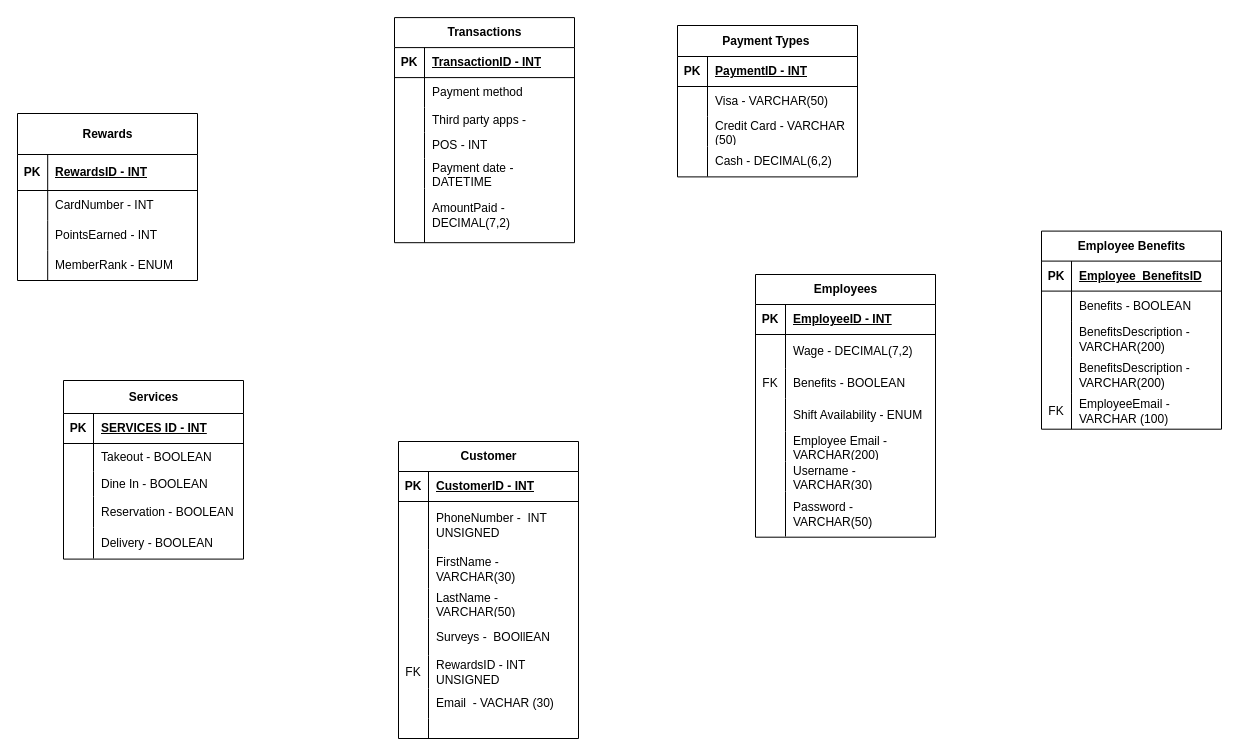
Earlier version of the draw.io diagram VieriDiagram.drawio (VieriNice/W2_Exercises). Source tidied: cells renumbered, new cells numbered last; positions are measured from the earlier drawing's top-left corner, leaving out a move shared by most shapes. Both pictures are drawn from the tidied source at 100%, with x=0, y=0 at pixel (17, 17).
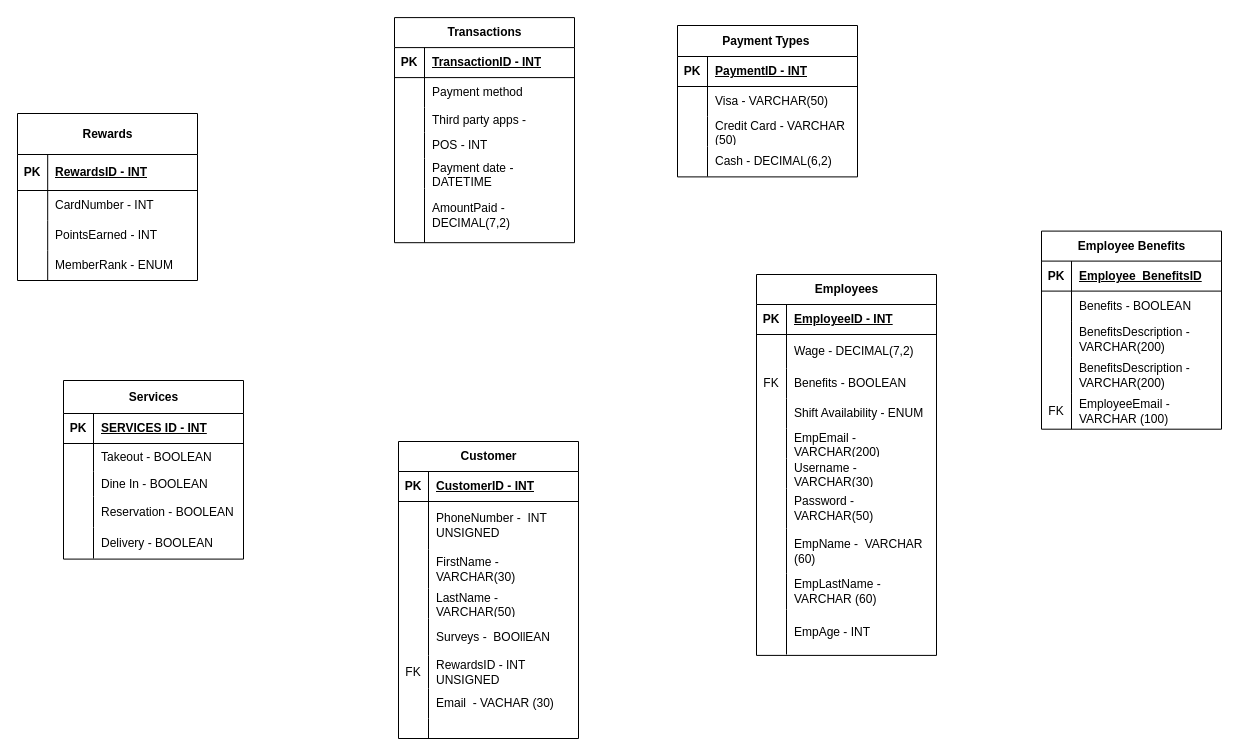
Above is the later version.

Diff of the diagram source:
```diff
@@
     <mxCell id="46" value="Employees" style="shape=table;startSize=30;childLayout=tableLayout;rowLines=0;fontStyle=1;align=center;html=1;" parent="1" vertex="1">
-      <mxGeometry x="738" y="257" width="180" height="262.7" as="geometry" />
+      <mxGeometry x="739" y="257" width="180" height="380.9" as="geometry" />
     </mxCell>
@@
     <mxCell id="56" style="shape=tableRow;horizontal=0;startSize=0;swimlaneHead=0;swimlaneBody=0;fillColor=none;top=0;left=0;right=0;bottom=0;" parent="46" vertex="1">
-      <mxGeometry y="124" width="180" height="33" as="geometry" />
+      <mxGeometry y="124" width="180" height="30" as="geometry" />
     </mxCell>
     <mxCell id="57" style="shape=partialRectangle;fillColor=none;top=0;left=0;bottom=0;right=0;overflow=hidden;whiteSpace=wrap;html=1;" parent="56" vertex="1">
-      <mxGeometry width="30" height="33" as="geometry" />
+      <mxGeometry width="30" height="30" as="geometry" />
     </mxCell>
     <mxCell id="58" value="Shift Availability - ENUM" style="shape=partialRectangle;fillColor=none;top=0;left=0;bottom=0;right=0;align=left;spacingLeft=6;overflow=hidden;whiteSpace=wrap;html=1;" parent="56" vertex="1">
-      <mxGeometry x="30" width="150" height="33" as="geometry" />
+      <mxGeometry x="30" width="150" height="30" as="geometry" />
     </mxCell>
     <mxCell id="59" style="shape=tableRow;horizontal=0;startSize=0;swimlaneHead=0;swimlaneBody=0;fillColor=none;top=0;left=0;right=0;bottom=0;" parent="46" vertex="1">
-      <mxGeometry y="157" width="180" height="30" as="geometry" />
+      <mxGeometry y="154" width="180" height="30" as="geometry" />
     </mxCell>
@@
-    <mxCell id="61" value="Employee Email - VARCHAR(200)" style="shape=partialRectangle;fillColor=none;top=0;left=0;bottom=0;right=0;align=left;spacingLeft=6;overflow=hidden;whiteSpace=wrap;html=1;" parent="59" vertex="1">
+    <mxCell id="61" value="EmpEmail - VARCHAR(200)" style="shape=partialRectangle;fillColor=none;top=0;left=0;bottom=0;right=0;align=left;spacingLeft=6;overflow=hidden;whiteSpace=wrap;html=1;" parent="59" vertex="1">
       <mxGeometry x="30" width="150" height="30" as="geometry" />
     </mxCell>
     <mxCell id="62" style="shape=tableRow;horizontal=0;startSize=0;swimlaneHead=0;swimlaneBody=0;fillColor=none;top=0;left=0;right=0;bottom=0;" parent="46" vertex="1">
-      <mxGeometry y="187" width="180" height="30" as="geometry" />
+      <mxGeometry y="184" width="180" height="30" as="geometry" />
     </mxCell>
@@
     <mxCell id="65" style="shape=tableRow;horizontal=0;startSize=0;swimlaneHead=0;swimlaneBody=0;fillColor=none;top=0;left=0;right=0;bottom=0;" parent="46" vertex="1">
-      <mxGeometry y="217" width="180" height="45" as="geometry" />
+      <mxGeometry y="214" width="180" height="40" as="geometry" />
     </mxCell>
     <mxCell id="66" style="shape=partialRectangle;fillColor=none;top=0;left=0;bottom=0;right=0;overflow=hidden;whiteSpace=wrap;html=1;" parent="65" vertex="1">
-      <mxGeometry width="30" height="45" as="geometry" />
+      <mxGeometry width="30" height="40" as="geometry" />
     </mxCell>
     <mxCell id="67" value="Password - VARCHAR(50)" style="shape=partialRectangle;fillColor=none;top=0;left=0;bottom=0;right=0;align=left;spacingLeft=6;overflow=hidden;whiteSpace=wrap;html=1;" parent="65" vertex="1">
-      <mxGeometry x="30" width="150" height="45" as="geometry" />
+      <mxGeometry x="30" width="150" height="40" as="geometry" />
     </mxCell>
+    <mxCell id="126" style="shape=tableRow;horizontal=0;startSize=0;swimlaneHead=0;swimlaneBody=0;fillColor=none;top=0;left=0;right=0;bottom=0;" parent="46" vertex="1">
+      <mxGeometry y="254" width="180" height="45" as="geometry" />
+    </mxCell>
+    <mxCell id="127" style="shape=partialRectangle;fillColor=none;top=0;left=0;bottom=0;right=0;overflow=hidden;whiteSpace=wrap;html=1;" parent="126" vertex="1">
+      <mxGeometry width="30" height="45" as="geometry" />
+    </mxCell>
+    <mxCell id="128" value="EmpName -&amp;nbsp; VARCHAR (60)" style="shape=partialRectangle;fillColor=none;top=0;left=0;bottom=0;right=0;align=left;spacingLeft=6;overflow=hidden;whiteSpace=wrap;html=1;" parent="126" vertex="1">
+      <mxGeometry x="30" width="150" height="45" as="geometry" />
+    </mxCell>
+    <mxCell id="129" style="shape=tableRow;horizontal=0;startSize=0;swimlaneHead=0;swimlaneBody=0;fillColor=none;top=0;left=0;right=0;bottom=0;" parent="46" vertex="1">
+      <mxGeometry y="299" width="180" height="36" as="geometry" />
+    </mxCell>
+    <mxCell id="130" style="shape=partialRectangle;fillColor=none;top=0;left=0;bottom=0;right=0;overflow=hidden;whiteSpace=wrap;html=1;" parent="129" vertex="1">
+      <mxGeometry width="30" height="36" as="geometry" />
+    </mxCell>
+    <mxCell id="131" value="EmpLastName - VARCHAR (60)" style="shape=partialRectangle;fillColor=none;top=0;left=0;bottom=0;right=0;align=left;spacingLeft=6;overflow=hidden;whiteSpace=wrap;html=1;" parent="129" vertex="1">
+      <mxGeometry x="30" width="150" height="36" as="geometry" />
+    </mxCell>
+    <mxCell id="132" style="shape=tableRow;horizontal=0;startSize=0;swimlaneHead=0;swimlaneBody=0;fillColor=none;top=0;left=0;right=0;bottom=0;" parent="46" vertex="1">
+      <mxGeometry y="335" width="180" height="45" as="geometry" />
+    </mxCell>
+    <mxCell id="133" style="shape=partialRectangle;fillColor=none;top=0;left=0;bottom=0;right=0;overflow=hidden;whiteSpace=wrap;html=1;" parent="132" vertex="1">
+      <mxGeometry width="30" height="45" as="geometry" />
+    </mxCell>
+    <mxCell id="134" value="EmpAge - INT" style="shape=partialRectangle;fillColor=none;top=0;left=0;bottom=0;right=0;align=left;spacingLeft=6;overflow=hidden;whiteSpace=wrap;html=1;" parent="132" vertex="1">
+      <mxGeometry x="30" width="150" height="45" as="geometry" />
+    </mxCell>
```
